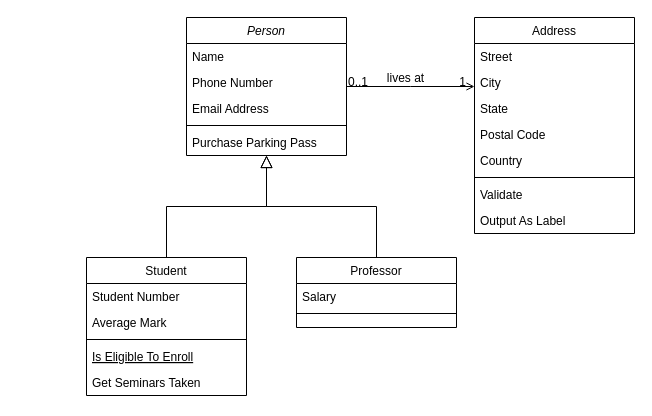
This is Diagrama sin título.drawio from DanielSTibaquira/Proy-Practico----desarrollo-web-y-m-vil, a draw.io file, before an edit. Source tidied: cells renumbered, new cells numbered last; positions are measured from the earlier drawing's top-left corner, leaving out a move shared by most shapes. Both pictures are drawn from the tidied source at 100%, with x=0, y=0 at pixel (86, 17).
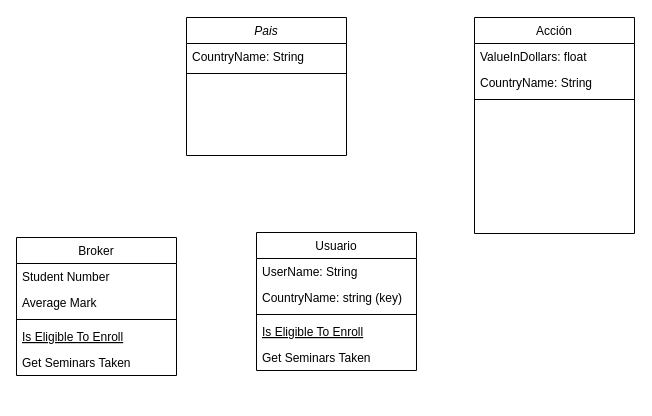
The same diagram, later.

The edit, as a diff of the source:
```diff
@@
-    <mxCell id="2" value="Person" style="swimlane;fontStyle=2;align=center;verticalAlign=top;horizontal=1;startSize=26;rounded=0;shadow=0;strokeWidth=1;" parent="1" vertex="1">
+    <mxCell id="2" value="Pais" style="swimlane;fontStyle=2;align=center;verticalAlign=top;horizontal=1;startSize=26;rounded=0;shadow=0;strokeWidth=1;" parent="1" vertex="1">
       <mxGeometry x="100" width="160" height="138" as="geometry" />
     </mxCell>
-    <mxCell id="3" value="Name" style="text;align=left;verticalAlign=top;spacingLeft=4;spacingRight=4;overflow=hidden;" parent="2" vertex="1">
+    <mxCell id="3" value="CountryName: String" style="text;align=left;verticalAlign=top;spacingLeft=4;spacingRight=4;overflow=hidden;" parent="2" vertex="1">
       <mxGeometry y="26" width="160" height="26" as="geometry" />
     </mxCell>
-    <mxCell id="4" value="Phone Number" style="text;align=left;verticalAlign=top;spacingLeft=4;spacingRight=4;overflow=hidden;rounded=0;shadow=0;html=0;" parent="2" vertex="1">
-      <mxGeometry y="52" width="160" height="26" as="geometry" />
-    </mxCell>
-    <mxCell id="5" value="Email Address" style="text;align=left;verticalAlign=top;spacingLeft=4;spacingRight=4;overflow=hidden;rounded=0;shadow=0;html=0;" parent="2" vertex="1">
-      <mxGeometry y="78" width="160" height="26" as="geometry" />
-    </mxCell>
     <mxCell id="6" style="line;html=1;strokeWidth=1;align=left;verticalAlign=middle;spacingTop=-1;spacingLeft=3;spacingRight=3;labelPosition=right;" parent="2" vertex="1">
-      <mxGeometry y="104" width="160" height="8" as="geometry" />
+      <mxGeometry y="52" width="160" height="8" as="geometry" />
     </mxCell>
-    <mxCell id="7" value="Purchase Parking Pass" style="text;align=left;verticalAlign=top;spacingLeft=4;spacingRight=4;overflow=hidden;" parent="2" vertex="1">
-      <mxGeometry y="112" width="160" height="26" as="geometry" />
-    </mxCell>
-    <mxCell id="8" value="Student" style="swimlane;fontStyle=0;align=center;verticalAlign=top;horizontal=1;startSize=26;rounded=0;shadow=0;strokeWidth=1;" parent="1" vertex="1">
-      <mxGeometry y="240" width="160" height="138" as="geometry" />
+    <mxCell id="8" value="Broker" style="swimlane;fontStyle=0;align=center;verticalAlign=top;horizontal=1;startSize=26;rounded=0;shadow=0;strokeWidth=1;" parent="1" vertex="1">
+      <mxGeometry x="-70" y="220" width="160" height="138" as="geometry" />
     </mxCell>
@@
-    <mxCell id="14" style="endArrow=block;endSize=10;endFill=0;shadow=0;strokeWidth=1;rounded=0;edgeStyle=elbowEdgeStyle;elbow=vertical;" parent="1" edge="1" source="8" target="2">
-      <mxGeometry relative="1" as="geometry" />
-    </mxCell>
-    <mxCell id="15" value="Professor" style="swimlane;fontStyle=0;align=center;verticalAlign=top;horizontal=1;startSize=26;rounded=0;shadow=0;strokeWidth=1;" parent="1" vertex="1">
-      <mxGeometry x="210" y="240" width="160" height="70" as="geometry" />
-    </mxCell>
-    <mxCell id="16" value="Salary" style="text;align=left;verticalAlign=top;spacingLeft=4;spacingRight=4;overflow=hidden;" parent="15" vertex="1">
-      <mxGeometry y="26" width="160" height="26" as="geometry" />
-    </mxCell>
-    <mxCell id="17" style="line;html=1;strokeWidth=1;align=left;verticalAlign=middle;spacingTop=-1;spacingLeft=3;spacingRight=3;labelPosition=right;" parent="15" vertex="1">
-      <mxGeometry y="52" width="160" height="8" as="geometry" />
-    </mxCell>
-    <mxCell id="18" style="endArrow=block;endSize=10;endFill=0;shadow=0;strokeWidth=1;rounded=0;edgeStyle=elbowEdgeStyle;elbow=vertical;" parent="1" edge="1" source="15" target="2">
-      <mxGeometry relative="1" as="geometry" />
-    </mxCell>
-    <mxCell id="19" value="Address" style="swimlane;fontStyle=0;align=center;verticalAlign=top;horizontal=1;startSize=26;rounded=0;shadow=0;strokeWidth=1;" parent="1" vertex="1">
+    <mxCell id="19" value="Acción" style="swimlane;fontStyle=0;align=center;verticalAlign=top;horizontal=1;startSize=26;rounded=0;shadow=0;strokeWidth=1;" parent="1" vertex="1">
       <mxGeometry x="388" width="160" height="216" as="geometry" />
     </mxCell>
-    <mxCell id="20" value="Street" style="text;align=left;verticalAlign=top;spacingLeft=4;spacingRight=4;overflow=hidden;" parent="19" vertex="1">
+    <mxCell id="20" value="ValueInDollars: float" style="text;align=left;verticalAlign=top;spacingLeft=4;spacingRight=4;overflow=hidden;" parent="19" vertex="1">
       <mxGeometry y="26" width="160" height="26" as="geometry" />
     </mxCell>
-    <mxCell id="21" value="City" style="text;align=left;verticalAlign=top;spacingLeft=4;spacingRight=4;overflow=hidden;rounded=0;shadow=0;html=0;" parent="19" vertex="1">
+    <mxCell id="21" value="CountryName: String" style="text;align=left;verticalAlign=top;spacingLeft=4;spacingRight=4;overflow=hidden;rounded=0;shadow=0;html=0;" parent="19" vertex="1">
       <mxGeometry y="52" width="160" height="26" as="geometry" />
     </mxCell>
-    <mxCell id="22" value="State" style="text;align=left;verticalAlign=top;spacingLeft=4;spacingRight=4;overflow=hidden;rounded=0;shadow=0;html=0;" parent="19" vertex="1">
-      <mxGeometry y="78" width="160" height="26" as="geometry" />
-    </mxCell>
-    <mxCell id="23" value="Postal Code" style="text;align=left;verticalAlign=top;spacingLeft=4;spacingRight=4;overflow=hidden;rounded=0;shadow=0;html=0;" parent="19" vertex="1">
-      <mxGeometry y="104" width="160" height="26" as="geometry" />
-    </mxCell>
-    <mxCell id="24" value="Country" style="text;align=left;verticalAlign=top;spacingLeft=4;spacingRight=4;overflow=hidden;rounded=0;shadow=0;html=0;" parent="19" vertex="1">
-      <mxGeometry y="130" width="160" height="26" as="geometry" />
-    </mxCell>
     <mxCell id="25" style="line;html=1;strokeWidth=1;align=left;verticalAlign=middle;spacingTop=-1;spacingLeft=3;spacingRight=3;labelPosition=right;" parent="19" vertex="1">
-      <mxGeometry y="156" width="160" height="8" as="geometry" />
+      <mxGeometry y="78" width="160" height="8" as="geometry" />
     </mxCell>
-    <mxCell id="26" value="Validate" style="text;align=left;verticalAlign=top;spacingLeft=4;spacingRight=4;overflow=hidden;" parent="19" vertex="1">
-      <mxGeometry y="164" width="160" height="26" as="geometry" />
-    </mxCell>
-    <mxCell id="27" value="Output As Label" style="text;align=left;verticalAlign=top;spacingLeft=4;spacingRight=4;overflow=hidden;" parent="19" vertex="1">
-      <mxGeometry y="190" width="160" height="26" as="geometry" />
-    </mxCell>
-    <mxCell id="28" style="endArrow=open;shadow=0;strokeWidth=1;rounded=0;endFill=1;edgeStyle=elbowEdgeStyle;elbow=vertical;" parent="1" edge="1" source="2" target="19">
-      <mxGeometry x="0.5" y="41" relative="1" as="geometry">
-        <mxPoint x="-40" y="32" as="offset" />
-      </mxGeometry>
-    </mxCell>
-    <mxCell id="29" value="0..1" style="align=left;verticalAlign=bottom;labelBackgroundColor=none;fontSize=12;" parent="28" vertex="1">
-      <mxGeometry x="-1" relative="1" as="geometry">
-        <mxPoint y="4" as="offset" />
-      </mxGeometry>
-    </mxCell>
-    <mxCell id="30" value="1" style="align=right;verticalAlign=bottom;labelBackgroundColor=none;fontSize=12;" parent="28" vertex="1">
-      <mxGeometry x="1" relative="1" as="geometry">
-        <mxPoint x="-7" y="4" as="offset" />
-      </mxGeometry>
-    </mxCell>
-    <mxCell id="31" value="lives at" style="text;html=1;align=center;verticalAlign=middle;labelBackgroundColor=none;rounded=0;shadow=0;strokeWidth=1;fontSize=12;" parent="28" vertex="1">
-      <mxGeometry x="0.5" y="49" relative="1" as="geometry">
-        <mxPoint x="-38" y="40" as="offset" />
-      </mxGeometry>
-    </mxCell>
+    <mxCell id="32" value="Usuario" style="swimlane;fontStyle=0;align=center;verticalAlign=top;horizontal=1;startSize=26;rounded=0;shadow=0;strokeWidth=1;" parent="1" vertex="1">
+      <mxGeometry x="170" y="215" width="160" height="138" as="geometry" />
+    </mxCell>
+    <mxCell id="33" value="UserName: String" style="text;align=left;verticalAlign=top;spacingLeft=4;spacingRight=4;overflow=hidden;" parent="32" vertex="1">
+      <mxGeometry y="26" width="160" height="26" as="geometry" />
+    </mxCell>
+    <mxCell id="34" value="CountryName: string (key)" style="text;align=left;verticalAlign=top;spacingLeft=4;spacingRight=4;overflow=hidden;rounded=0;shadow=0;html=0;" parent="32" vertex="1">
+      <mxGeometry y="52" width="160" height="26" as="geometry" />
+    </mxCell>
+    <mxCell id="35" style="line;html=1;strokeWidth=1;align=left;verticalAlign=middle;spacingTop=-1;spacingLeft=3;spacingRight=3;labelPosition=right;" parent="32" vertex="1">
+      <mxGeometry y="78" width="160" height="8" as="geometry" />
+    </mxCell>
+    <mxCell id="36" value="Is Eligible To Enroll" style="text;align=left;verticalAlign=top;spacingLeft=4;spacingRight=4;overflow=hidden;fontStyle=4;" parent="32" vertex="1">
+      <mxGeometry y="86" width="160" height="26" as="geometry" />
+    </mxCell>
+    <mxCell id="37" value="Get Seminars Taken" style="text;align=left;verticalAlign=top;spacingLeft=4;spacingRight=4;overflow=hidden;" parent="32" vertex="1">
+      <mxGeometry y="112" width="160" height="26" as="geometry" />
+    </mxCell>
```
